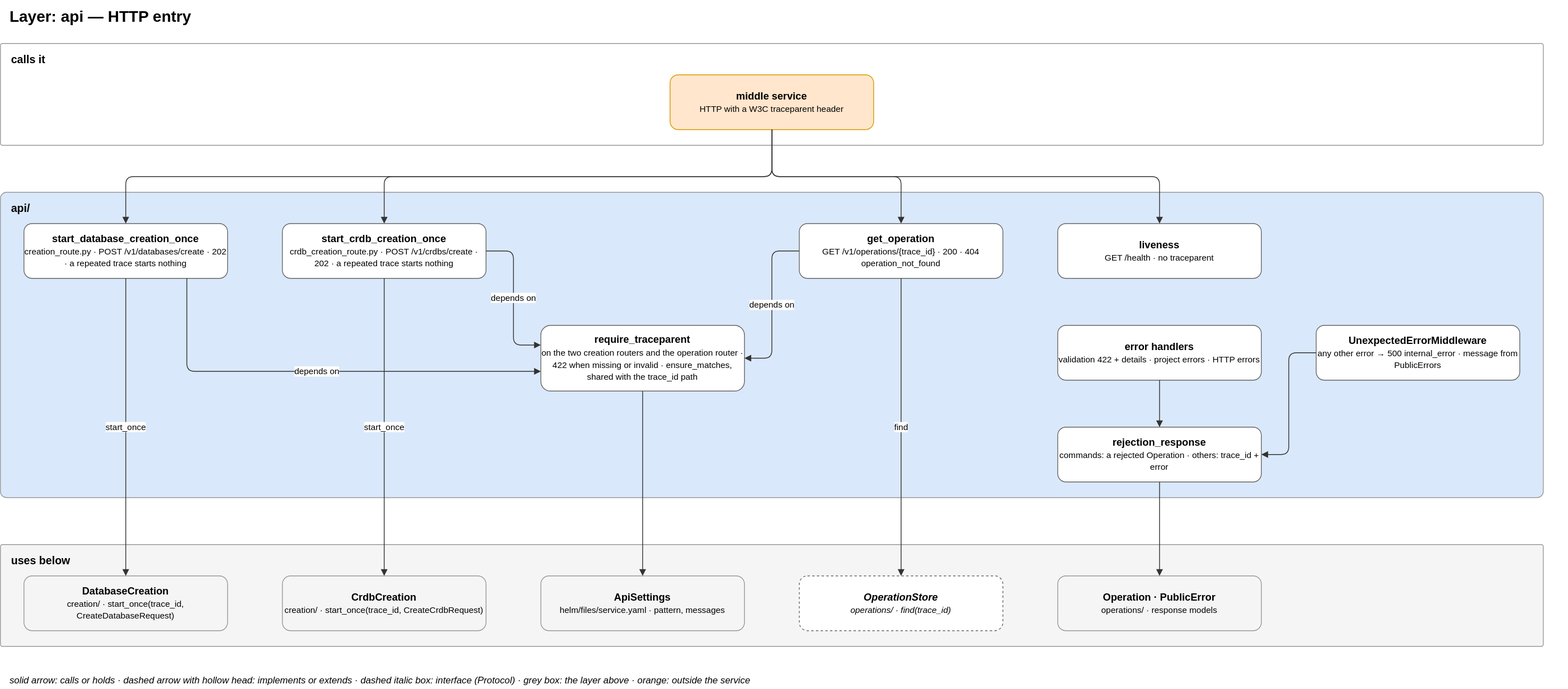
EliShteinman/redis-enterprise-services keeps this draw.io diagram as docs/diagrams/03-layer-api.drawio.svg. Above is the earlier version. Source tidied: cells renumbered, new cells last; positions are measured from the earlier drawing's top-left corner, leaving out a move shared by most shapes.
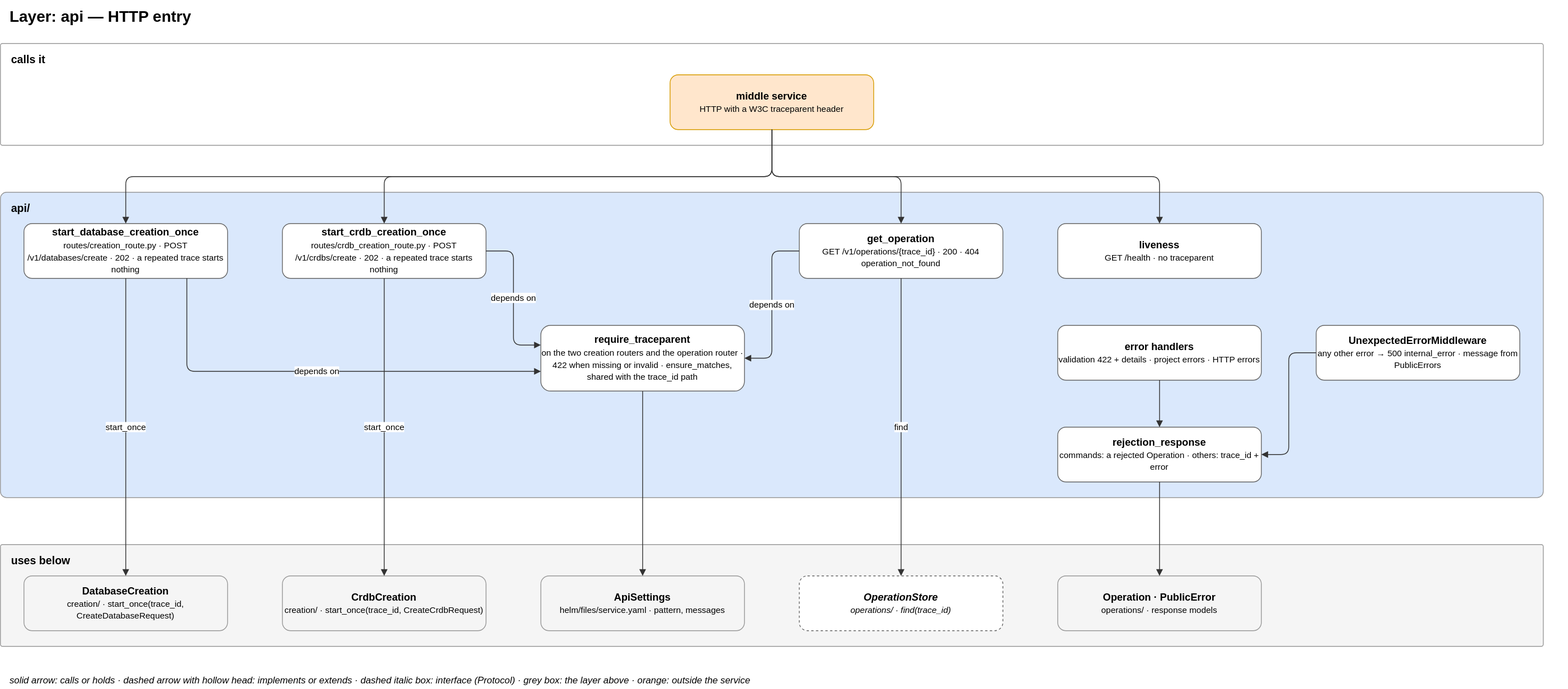
Later version of the same file.

Commit message:
docs: name the sub-directories of the routes and of the Active-Active creation modules

The edit, as a diff of the source:
```diff
@@ -14,7 +14,7 @@
     <mxCell id="5" value="&lt;b&gt;api/&lt;/b&gt;" style="rounded=1;arcSize=2;fillColor=#dae8fc;strokeColor=#999999;verticalAlign=top;align=left;spacingLeft=12;spacingTop=6;html=1;fontSize=14;" parent="1" vertex="1">
       <mxGeometry y="245" width="1970" height="390" as="geometry" />
     </mxCell>
-    <mxCell id="6" value="&lt;b&gt;start_database_creation_once&lt;/b&gt;&lt;br&gt;&lt;font style='font-size:11px'&gt;creation_route.py · POST /v1/databases/create · 202 · a repeated trace starts nothing&lt;/font&gt;" style="rounded=1;whiteSpace=wrap;html=1;fillColor=#ffffff;strokeColor=#666666;fontSize=13;" parent="1" vertex="1">
+    <mxCell id="6" value="&lt;b&gt;start_database_creation_once&lt;/b&gt;&lt;br&gt;&lt;font style='font-size:11px'&gt;routes/creation_route.py · POST /v1/databases/create · 202 · a repeated trace starts nothing&lt;/font&gt;" style="rounded=1;whiteSpace=wrap;html=1;fillColor=#ffffff;strokeColor=#666666;fontSize=13;" parent="1" vertex="1">
       <mxGeometry x="30" y="285" width="260" height="70" as="geometry" />
     </mxCell>
     <mxCell id="7" value="&lt;b&gt;get_operation&lt;/b&gt;&lt;br&gt;&lt;font style='font-size:11px'&gt;GET /v1/operations/{trace_id} · 200 · 404 operation_not_found&lt;/font&gt;" style="rounded=1;whiteSpace=wrap;html=1;fillColor=#ffffff;strokeColor=#666666;fontSize=13;" parent="1" vertex="1">
@@ -83,7 +83,7 @@
     <mxCell id="28" style="edgeStyle=orthogonalEdgeStyle;rounded=1;html=1;fontSize=11;labelBackgroundColor=#ffffff;exitX=0.5;exitY=1;entryX=0.5;entryY=0;endArrow=block;strokeColor=#333333;" parent="1" edge="1" source="12" target="17">
       <mxGeometry relative="1" as="geometry" />
     </mxCell>
-    <mxCell id="29" value="&lt;b&gt;start_crdb_creation_once&lt;/b&gt;&lt;br&gt;&lt;font style='font-size:11px'&gt;crdb_creation_route.py · POST /v1/crdbs/create · 202 · a repeated trace starts nothing&lt;/font&gt;" style="rounded=1;whiteSpace=wrap;html=1;fillColor=#ffffff;strokeColor=#666666;fontSize=13;" parent="1" vertex="1">
+    <mxCell id="29" value="&lt;b&gt;start_crdb_creation_once&lt;/b&gt;&lt;br&gt;&lt;font style='font-size:11px'&gt;routes/crdb_creation_route.py · POST /v1/crdbs/create · 202 · a repeated trace starts nothing&lt;/font&gt;" style="rounded=1;whiteSpace=wrap;html=1;fillColor=#ffffff;strokeColor=#666666;fontSize=13;" parent="1" vertex="1">
       <mxGeometry x="360" y="285" width="260" height="70" as="geometry" />
     </mxCell>
     <mxCell id="30" value="&lt;b&gt;CrdbCreation&lt;/b&gt;&lt;br&gt;&lt;font style='font-size:11px'&gt;creation/ · start_once(trace_id, CreateCrdbRequest)&lt;/font&gt;" style="rounded=1;whiteSpace=wrap;html=1;fillColor=#f5f5f5;strokeColor=#999999;fontSize=13;" parent="1" vertex="1">
```
